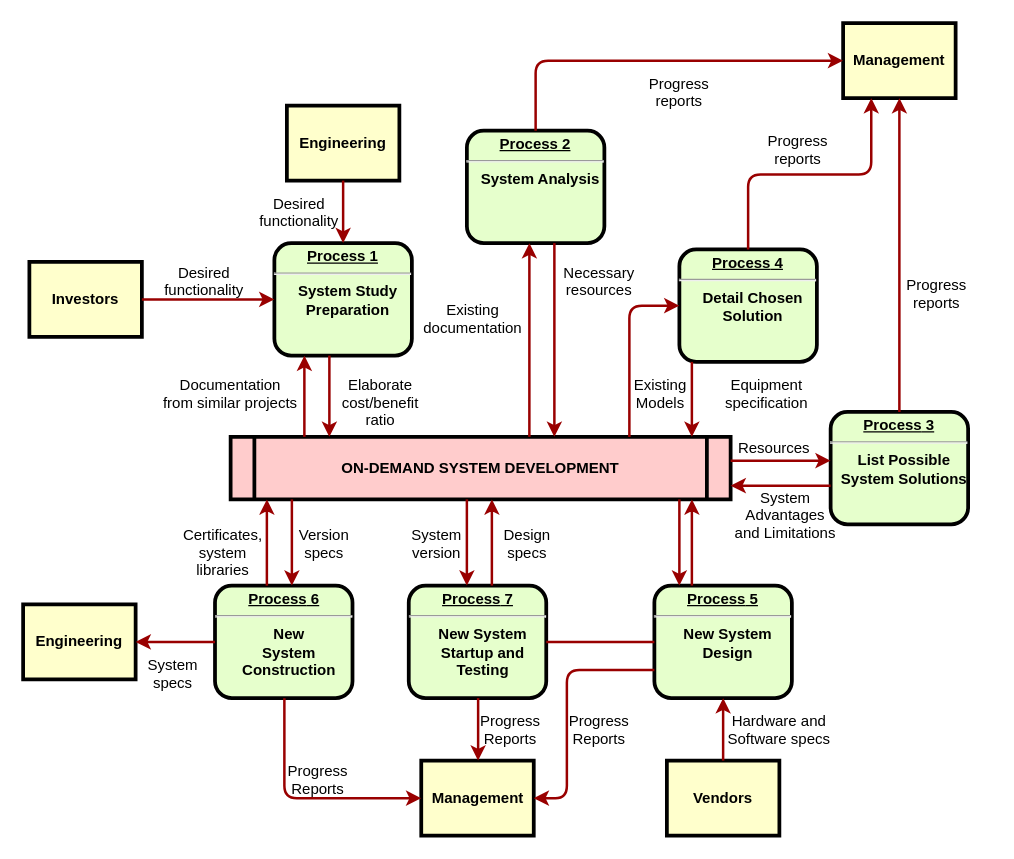
The draw.io diagram Akış çizelgesi.drawio in NurSeherr/fLOW-chart-for-cam-suyu-project-, before the edit. Source tidied: cells renumbered, new cells numbered last; positions are measured from the earlier drawing's top-left corner, leaving out a move shared by most shapes. Both pictures are drawn from the tidied source at 125%, with x=0, y=0 at pixel (22, 22).
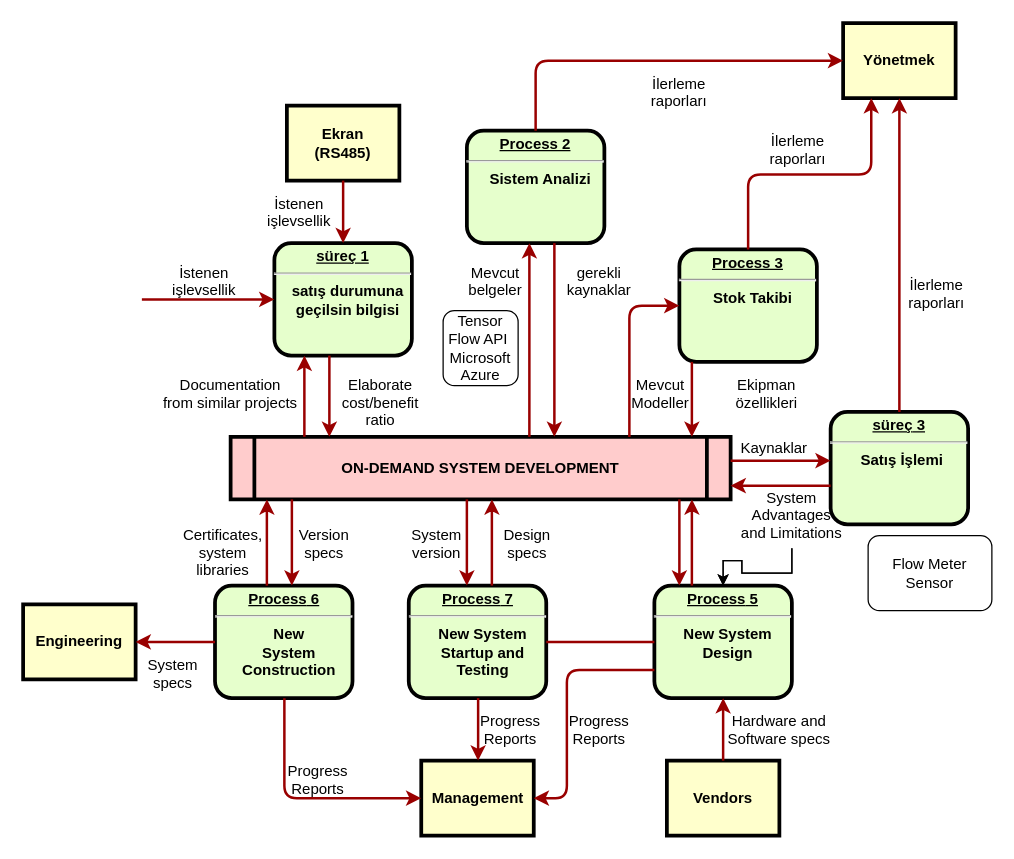
The same diagram, later.

The change refers to these unchanged cells:
```xml
<mxCell id="9" value="&lt;p style=&quot;margin: 0px; margin-top: 4px; text-align: center; text-decoration: underline;&quot;&gt;&lt;strong&gt;&lt;strong&gt;Process&lt;/strong&gt; 5&lt;br /&gt;&lt;/strong&gt;&lt;/p&gt;&lt;hr /&gt;&lt;p style=&quot;margin: 0px; margin-left: 8px;&quot;&gt;New System&lt;/p&gt;&lt;p style=&quot;margin: 0px; margin-left: 8px;&quot;&gt;Design&lt;/p&gt;" style="verticalAlign=middle;align=center;overflow=fill;fontSize=12;fontFamily=Helvetica;html=1;rounded=1;fontStyle=1;strokeWidth=3;fillColor=#E6FFCC;" parent="1" vertex="1">
  <mxGeometry x="505" y="450" width="110" height="90" as="geometry" />
</mxCell>
```

Diff of the diagram source:
```diff
@@
-    <mxCell id="2" value="&lt;p style=&quot;margin: 0px; margin-top: 4px; text-align: center; text-decoration: underline;&quot;&gt;&lt;strong&gt;Process 1&lt;br /&gt;&lt;/strong&gt;&lt;/p&gt;&lt;hr /&gt;&lt;p style=&quot;margin: 0px; margin-left: 8px;&quot;&gt;System Study&lt;/p&gt;&lt;p style=&quot;margin: 0px; margin-left: 8px;&quot;&gt;Preparation&lt;/p&gt;" style="verticalAlign=middle;align=center;overflow=fill;fontSize=12;fontFamily=Helvetica;html=1;rounded=1;fontStyle=1;strokeWidth=3;fillColor=#E6FFCC;" parent="1" vertex="1">
+    <mxCell id="2" value="&lt;p style=&quot;margin: 0px; margin-top: 4px; text-align: center; text-decoration: underline;&quot;&gt;&lt;strong&gt;süreç 1&lt;br&gt;&lt;/strong&gt;&lt;/p&gt;&lt;hr&gt;&lt;p style=&quot;margin: 0px; margin-left: 8px;&quot;&gt;satış durumuna&lt;/p&gt;&lt;p style=&quot;margin: 0px; margin-left: 8px;&quot;&gt;geçilsin bilgisi&lt;/p&gt;" style="verticalAlign=middle;align=center;overflow=fill;fontSize=12;fontFamily=Helvetica;html=1;rounded=1;fontStyle=1;strokeWidth=3;fillColor=#E6FFCC;" parent="1" vertex="1">
       <mxGeometry x="201" y="176" width="110" height="90" as="geometry" />
     </mxCell>
-    <mxCell id="3" value="Engineering" style="whiteSpace=wrap;align=center;verticalAlign=middle;fontStyle=1;strokeWidth=3;fillColor=#FFFFCC;" parent="1" vertex="1">
+    <mxCell id="3" value="Ekran&#10;(RS485)" style="whiteSpace=wrap;align=center;verticalAlign=middle;fontStyle=1;strokeWidth=3;fillColor=#FFFFCC;" parent="1" vertex="1">
       <mxGeometry x="211" y="66" width="90" height="60" as="geometry" />
     </mxCell>
-    <mxCell id="4" value="Investors" style="whiteSpace=wrap;align=center;verticalAlign=middle;fontStyle=1;strokeWidth=3;fillColor=#FFFFCC;" parent="1" vertex="1">
-      <mxGeometry x="5" y="191" width="90" height="60" as="geometry" />
-    </mxCell>
@@
-    <mxCell id="6" value="&lt;p style=&quot;margin: 0px; margin-top: 4px; text-align: center; text-decoration: underline;&quot;&gt;&lt;strong&gt;Process 2&lt;br /&gt;&lt;/strong&gt;&lt;/p&gt;&lt;hr /&gt;&lt;p style=&quot;margin: 0px; margin-left: 8px;&quot;&gt;System Analysis&lt;/p&gt;" style="verticalAlign=middle;align=center;overflow=fill;fontSize=12;fontFamily=Helvetica;html=1;rounded=1;fontStyle=1;strokeWidth=3;fillColor=#E6FFCC;" parent="1" vertex="1">
+    <mxCell id="6" value="&lt;p style=&quot;margin: 0px; margin-top: 4px; text-align: center; text-decoration: underline;&quot;&gt;&lt;strong&gt;Process 2&lt;br&gt;&lt;/strong&gt;&lt;/p&gt;&lt;hr&gt;&lt;p style=&quot;margin: 0px; margin-left: 8px;&quot;&gt;Sistem Analizi&lt;/p&gt;" style="verticalAlign=middle;align=center;overflow=fill;fontSize=12;fontFamily=Helvetica;html=1;rounded=1;fontStyle=1;strokeWidth=3;fillColor=#E6FFCC;" parent="1" vertex="1">
       <mxGeometry x="355" y="86" width="110" height="90" as="geometry" />
     </mxCell>
-    <mxCell id="7" value="&lt;p style=&quot;margin: 0px; margin-top: 4px; text-align: center; text-decoration: underline;&quot;&gt;&lt;strong&gt;&lt;strong&gt;Process&lt;/strong&gt; 3&lt;br /&gt;&lt;/strong&gt;&lt;/p&gt;&lt;hr /&gt;&lt;p style=&quot;margin: 0px; margin-left: 8px;&quot;&gt;List Possible&lt;/p&gt;&lt;p style=&quot;margin: 0px; margin-left: 8px;&quot;&gt;System Solutions&lt;/p&gt;" style="verticalAlign=middle;align=center;overflow=fill;fontSize=12;fontFamily=Helvetica;html=1;rounded=1;fontStyle=1;strokeWidth=3;fillColor=#E6FFCC;" parent="1" vertex="1">
+    <mxCell id="7" value="&lt;p style=&quot;margin: 0px; margin-top: 4px; text-align: center; text-decoration: underline;&quot;&gt;&lt;strong&gt;&lt;strong&gt;süreç&lt;/strong&gt; 3&lt;br&gt;&lt;/strong&gt;&lt;/p&gt;&lt;hr&gt;&lt;p style=&quot;margin: 0px; margin-left: 8px;&quot;&gt;Satış İşlemi&amp;nbsp;&lt;/p&gt;&lt;p style=&quot;margin: 0px; margin-left: 8px;&quot;&gt;&lt;br&gt;&lt;/p&gt;" style="verticalAlign=middle;align=center;overflow=fill;fontSize=12;fontFamily=Helvetica;html=1;rounded=1;fontStyle=1;strokeWidth=3;fillColor=#E6FFCC;" parent="1" vertex="1">
       <mxGeometry x="646" y="311" width="110" height="90" as="geometry" />
     </mxCell>
-    <mxCell id="8" value="&lt;p style=&quot;margin: 0px; margin-top: 4px; text-align: center; text-decoration: underline;&quot;&gt;&lt;strong&gt;&lt;strong&gt;Process&lt;/strong&gt; 4&lt;br /&gt;&lt;/strong&gt;&lt;/p&gt;&lt;hr /&gt;&lt;p style=&quot;margin: 0px; margin-left: 8px;&quot;&gt;Detail Chosen&lt;/p&gt;&lt;p style=&quot;margin: 0px; margin-left: 8px;&quot;&gt;Solution&lt;/p&gt;" style="verticalAlign=middle;align=center;overflow=fill;fontSize=12;fontFamily=Helvetica;html=1;rounded=1;fontStyle=1;strokeWidth=3;fillColor=#E6FFCC;" parent="1" vertex="1">
+    <mxCell id="8" value="&lt;p style=&quot;margin: 0px; margin-top: 4px; text-align: center; text-decoration: underline;&quot;&gt;&lt;strong&gt;Process 3&lt;br&gt;&lt;/strong&gt;&lt;/p&gt;&lt;hr&gt;&lt;p style=&quot;margin: 0px; margin-left: 8px;&quot;&gt;Stok Takibi&lt;/p&gt;" style="verticalAlign=middle;align=center;overflow=fill;fontSize=12;fontFamily=Helvetica;html=1;rounded=1;fontStyle=1;strokeWidth=3;fillColor=#E6FFCC;" parent="1" vertex="1">
       <mxGeometry x="525" y="181" width="110" height="90" as="geometry" />
     </mxCell>
@@
-    <mxCell id="11" value="Management" style="whiteSpace=wrap;align=center;verticalAlign=middle;fontStyle=1;strokeWidth=3;fillColor=#FFFFCC;" parent="1" vertex="1">
+    <mxCell id="11" value="Yönetmek" style="whiteSpace=wrap;align=center;verticalAlign=middle;fontStyle=1;strokeWidth=3;fillColor=#FFFFCC;" parent="1" vertex="1">
       <mxGeometry x="656" width="90" height="60" as="geometry" />
     </mxCell>
@@
-    <mxCell id="16" style="edgeStyle=none;noEdgeStyle=1;strokeColor=#990000;strokeWidth=2;" parent="1" edge="1" source="4" target="2">
-      <mxGeometry relative="1" as="geometry" />
+    <mxCell id="16" style="edgeStyle=none;noEdgeStyle=1;strokeColor=#990000;strokeWidth=2;" parent="1" edge="1" target="2">
+      <mxGeometry relative="1" as="geometry">
+        <mxPoint x="95" y="221" as="sourcePoint" />
+      </mxGeometry>
     </mxCell>
@@
-    <mxCell id="19" value="Desired &#10;functionality" style="text;spacingTop=-5;align=center;" parent="1" vertex="1">
+    <mxCell id="19" value="İstenen &#10;işlevsellik" style="text;spacingTop=-5;align=center;" parent="1" vertex="1">
       <mxGeometry x="130" y="191" width="30" height="20" as="geometry" />
     </mxCell>
-    <mxCell id="20" value="Desired &#10;functionality" style="text;spacingTop=-5;align=center;" parent="1" vertex="1">
+    <mxCell id="20" value="İstenen &#10;işlevsellik" style="text;spacingTop=-5;align=center;" parent="1" vertex="1">
       <mxGeometry x="206" y="136" width="30" height="20" as="geometry" />
     </mxCell>
@@
-    <mxCell id="27" value="Existing&#10;documentation" style="text;spacingTop=-5;align=center;" parent="1" vertex="1">
-      <mxGeometry x="345" y="221" width="30" height="20" as="geometry" />
+    <mxCell id="27" value="Mevcut &#10;belgeler" style="text;spacingTop=-5;align=center;" parent="1" vertex="1">
+      <mxGeometry x="363" y="191" width="30" height="20" as="geometry" />
     </mxCell>
-    <mxCell id="28" value="Necessary&#10;resources" style="text;spacingTop=-5;align=center;" parent="1" vertex="1">
+    <mxCell id="28" value="gerekli &#10;kaynaklar" style="text;spacingTop=-5;align=center;" parent="1" vertex="1">
       <mxGeometry x="446" y="191" width="30" height="20" as="geometry" />
     </mxCell>
-    <mxCell id="29" value="Progress&#10;reports" style="text;spacingTop=-5;align=center;" parent="1" vertex="1">
+    <mxCell id="29" value="İlerleme &#10;raporları" style="text;spacingTop=-5;align=center;" parent="1" vertex="1">
       <mxGeometry x="510" y="40" width="30" height="20" as="geometry" />
     </mxCell>
-    <mxCell id="30" value="Progress&#10;reports" style="text;spacingTop=-5;align=center;" parent="1" vertex="1">
+    <mxCell id="30" value="İlerleme &#10;raporları" style="text;spacingTop=-5;align=center;" parent="1" vertex="1">
       <mxGeometry x="605" y="86" width="30" height="20" as="geometry" />
     </mxCell>
-    <mxCell id="31" value="Progress&#10;reports" style="text;spacingTop=-5;align=center;" parent="1" vertex="1">
+    <mxCell id="31" value="İlerleme &#10;raporları" style="text;spacingTop=-5;align=center;" parent="1" vertex="1">
       <mxGeometry x="716" y="201" width="30" height="20" as="geometry" />
     </mxCell>
@@
-    <mxCell id="37" value="Existing&#10;Models" style="text;spacingTop=-5;align=center;" parent="1" vertex="1">
+    <mxCell id="37" value="Mevcut &#10;Modeller" style="text;spacingTop=-5;align=center;" parent="1" vertex="1">
       <mxGeometry x="495" y="281" width="30" height="20" as="geometry" />
     </mxCell>
-    <mxCell id="38" value="Equipment&#10;specification" style="text;spacingTop=-5;align=center;" parent="1" vertex="1">
+    <mxCell id="38" value="Ekipman &#10;özellikleri" style="text;spacingTop=-5;align=center;" parent="1" vertex="1">
       <mxGeometry x="580" y="281" width="30" height="20" as="geometry" />
     </mxCell>
@@
-    <mxCell id="41" value="Resources" style="text;spacingTop=-5;align=center;" parent="1" vertex="1">
+    <mxCell id="41" value="Kaynaklar" style="text;spacingTop=-5;align=center;" parent="1" vertex="1">
       <mxGeometry x="586" y="331" width="30" height="20" as="geometry" />
     </mxCell>
+    <mxCell id="63" style="edgeStyle=orthogonalEdgeStyle;rounded=0;jettySize=auto;html=1;" parent="1" edge="1" source="42" target="9">
+      <mxGeometry relative="1" as="geometry" />
+    </mxCell>
+    <mxCell id="64" style="edgeStyle=orthogonalEdgeStyle;rounded=0;jettySize=auto;html=1;" parent="1" edge="1" source="42" target="9">
+      <mxGeometry relative="1" as="geometry" />
+    </mxCell>
     <mxCell id="42" value="System &#10;Advantages &#10;and Limitations" style="text;spacingTop=-5;align=center;" parent="1" vertex="1">
-      <mxGeometry x="595" y="371" width="30" height="20" as="geometry" />
+      <mxGeometry x="595" y="371" width="40" height="49" as="geometry" />
     </mxCell>
@@
+    <mxCell id="65" value="Tensor Flow API&amp;nbsp;&lt;br&gt;Microsoft Azure&lt;br&gt;" style="rounded=1;whiteSpace=wrap;html=1;" parent="1" vertex="1">
+      <mxGeometry x="336" y="230" width="60" height="60" as="geometry" />
+    </mxCell>
+    <mxCell id="66" value="Flow Meter Sensor" style="rounded=1;whiteSpace=wrap;html=1;" parent="1" vertex="1">
+      <mxGeometry x="676" y="410" width="99" height="60" as="geometry" />
+    </mxCell>
```
